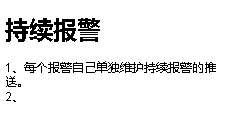
This is 持续报警.drawio.png from xktder/draw, a draw.io export, as it was before one commit. Source tidied: cells renumbered, new cells last; positions are measured from the earlier drawing's top-left corner, leaving out a move shared by most shapes.
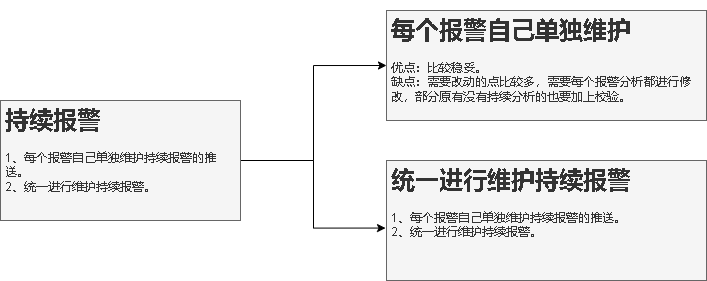
The same diagram one commit later.

Commit message:
更新持续报警.drawio.png

What changed in the source:
```diff
@@ -2,8 +2,20 @@
   <root>
     <mxCell id="0" />
     <mxCell id="1" parent="0" />
+    <mxCell id="3" style="edgeStyle=orthogonalEdgeStyle;rounded=0;jettySize=auto;html=1;entryX=0;entryY=0.5;entryDx=0;entryDy=0;" parent="1" edge="1" source="2" target="5">
+      <mxGeometry relative="1" as="geometry" />
+    </mxCell>
+    <mxCell id="4" style="edgeStyle=orthogonalEdgeStyle;rounded=0;jettySize=auto;html=1;entryX=-0.003;entryY=0.563;entryDx=0;entryDy=0;entryPerimeter=0;" parent="1" edge="1" source="2" target="6">
+      <mxGeometry relative="1" as="geometry" />
+    </mxCell>
-    <mxCell id="2" value="&lt;h1&gt;持续报警&lt;/h1&gt;&lt;div&gt;1、每个报警自己单独维护持续报警的推送。&lt;/div&gt;&lt;div&gt;2、&lt;/div&gt;" style="text;html=1;strokeColor=none;fillColor=none;spacing=5;spacingTop=-20;whiteSpace=wrap;overflow=hidden;rounded=0;" parent="1" vertex="1">
+    <mxCell id="2" value="&lt;h1&gt;持续报警&lt;/h1&gt;&lt;div&gt;1、每个报警自己单独维护持续报警的推送。&lt;/div&gt;&lt;div&gt;2、统一进行维护持续报警。&lt;/div&gt;" style="text;html=1;spacing=5;spacingTop=-20;whiteSpace=wrap;overflow=hidden;rounded=0;fillColor=#f5f5f5;fontColor=#333333;strokeColor=#666666;" parent="1" vertex="1">
       <mxGeometry width="240" height="120" as="geometry" />
     </mxCell>
+    <mxCell id="5" value="&lt;h1&gt;每个报警自己单独维护&lt;/h1&gt;&lt;div&gt;优点：比较稳妥。&lt;/div&gt;&lt;div&gt;缺点：需要改动的点比较多，需要每个报警分析都进行修改，部分原有没有持续分析的也要加上校验。&lt;/div&gt;" style="text;html=1;spacing=5;spacingTop=-20;whiteSpace=wrap;overflow=hidden;rounded=0;fillColor=#f5f5f5;fontColor=#333333;strokeColor=#666666;" parent="1" vertex="1">
+      <mxGeometry x="386" y="-90" width="320" height="110" as="geometry" />
+    </mxCell>
+    <mxCell id="6" value="&lt;h1&gt;统一进行维护持续报警&lt;/h1&gt;&lt;div&gt;1、每个报警自己单独维护持续报警的推送。&lt;/div&gt;&lt;div&gt;2、统一进行维护持续报警。&lt;/div&gt;" style="text;html=1;spacing=5;spacingTop=-20;whiteSpace=wrap;overflow=hidden;rounded=0;fillColor=#f5f5f5;fontColor=#333333;strokeColor=#666666;" parent="1" vertex="1">
+      <mxGeometry x="386" y="60" width="320" height="120" as="geometry" />
+    </mxCell>
   </root>
 </mxGraphModel>
```
